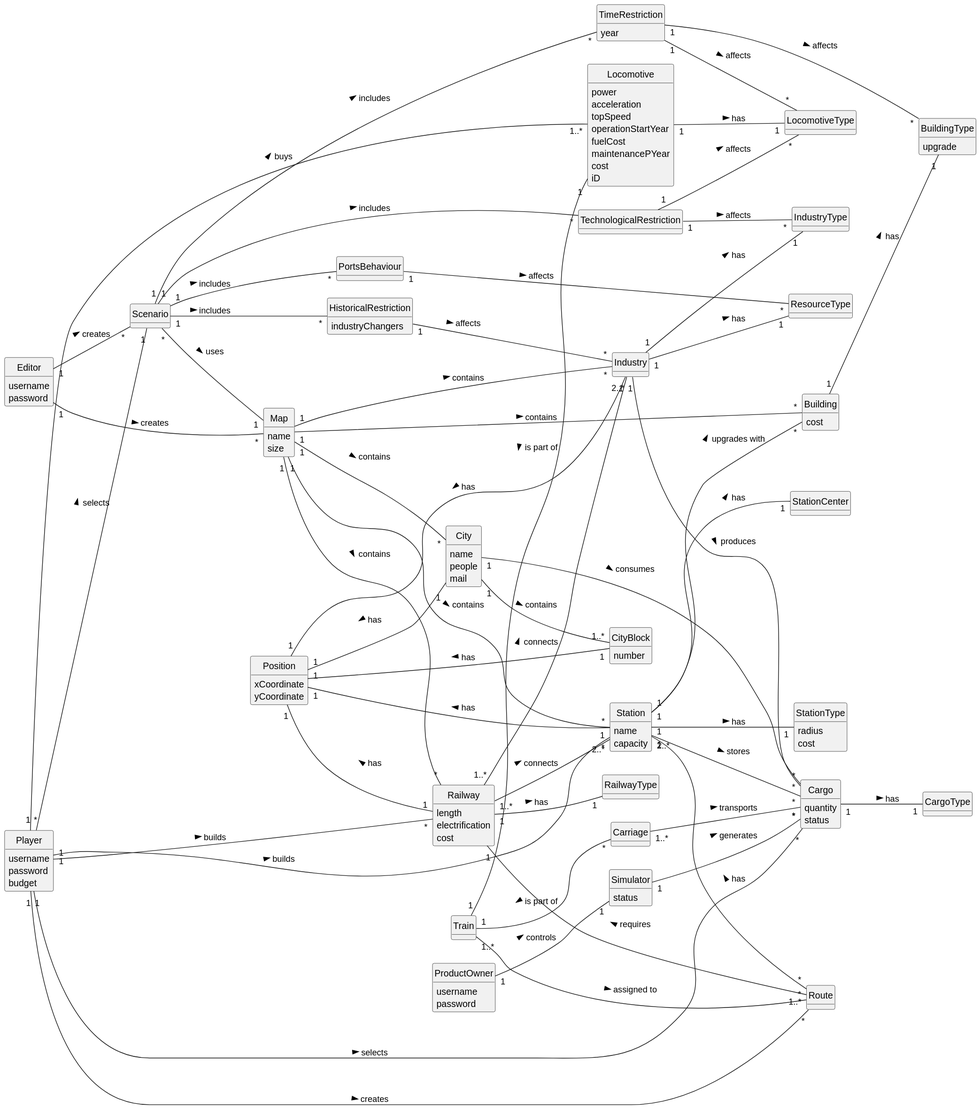
Above: Sprint2/global-artifacts/02.analysis/svg/DM.svg in 1240935/pi2-railway-simulator (PlantUML), before the change.
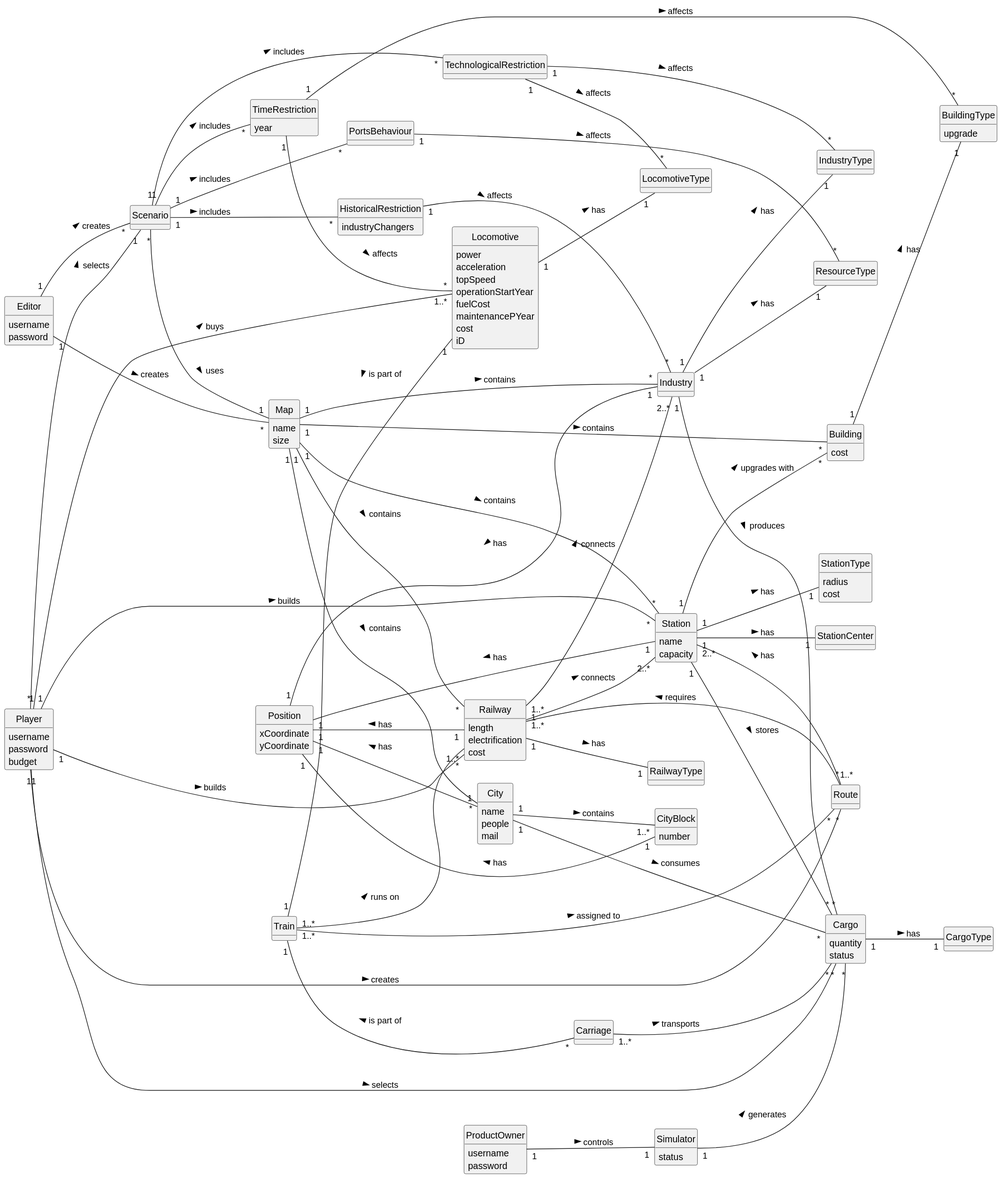
The same diagram one commit later.

Diff of the diagram source:
```diff
@@ -177,7 +177,7 @@
 HistoricalRestriction "1" -- "*" Industry: affects >
 
 TimeRestriction "1" -- "*" BuildingType: affects >
-TimeRestriction "1" -- "*" LocomotiveType: affects >
+TimeRestriction "1" -- "*" Locomotive: affects >
 
 TechnologicalRestriction "1" -- "*" LocomotiveType: affects >
 TechnologicalRestriction "1" -- "*" IndustryType: affects >
@@ -195,6 +195,7 @@
 Train "1" -- "1" Locomotive: is part of <
 Train "1" -- "*" Carriage: is part of <
 Train "1..*" -- "*" Route : assigned to >
+Train "1..*" -- "1..*" Railway: runs on >
 
 Locomotive "1" -- "1" LocomotiveType: has >
 
```
